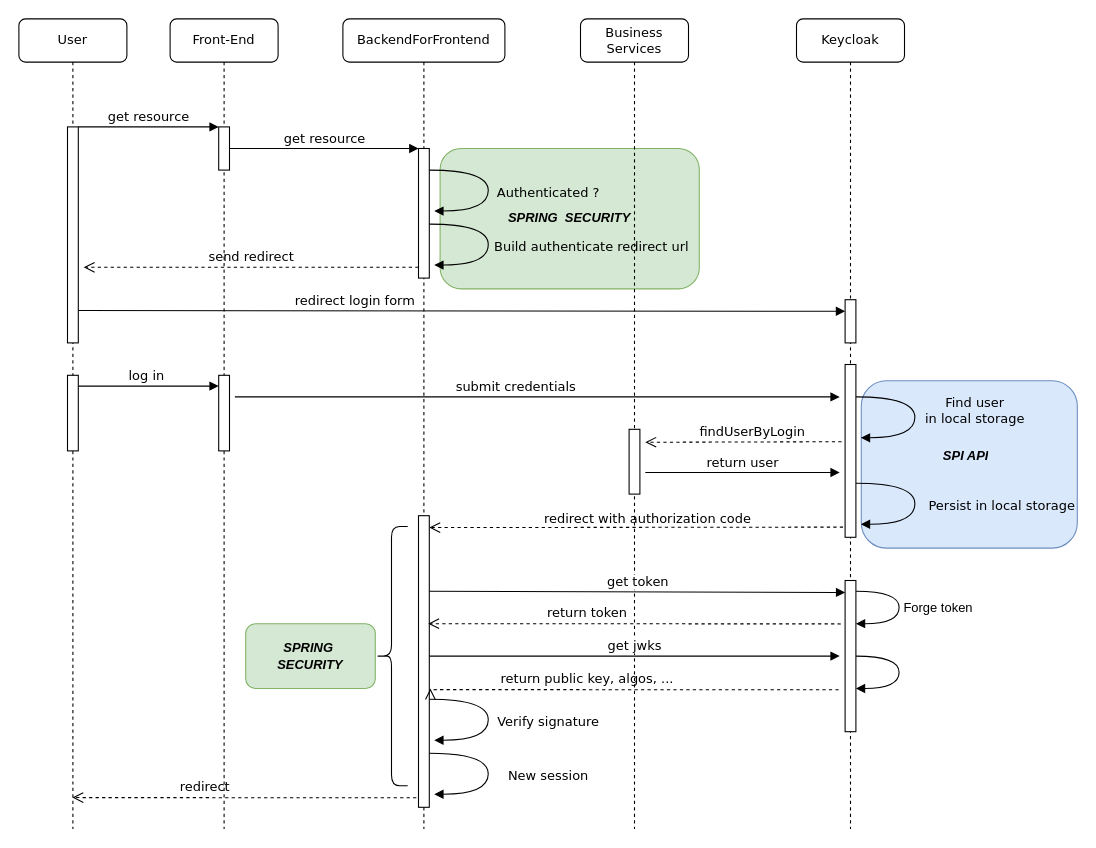
Earlier version of the draw.io diagram docs/drawio/UserAuth.drawio (jgautier75/orm-usm). Source tidied: cells renumbered, new cells numbered last; positions are measured from the earlier drawing's top-left corner, leaving out a move shared by most shapes. Both pictures are drawn from the tidied source at 108%, with x=0, y=0 at pixel (18, 18).
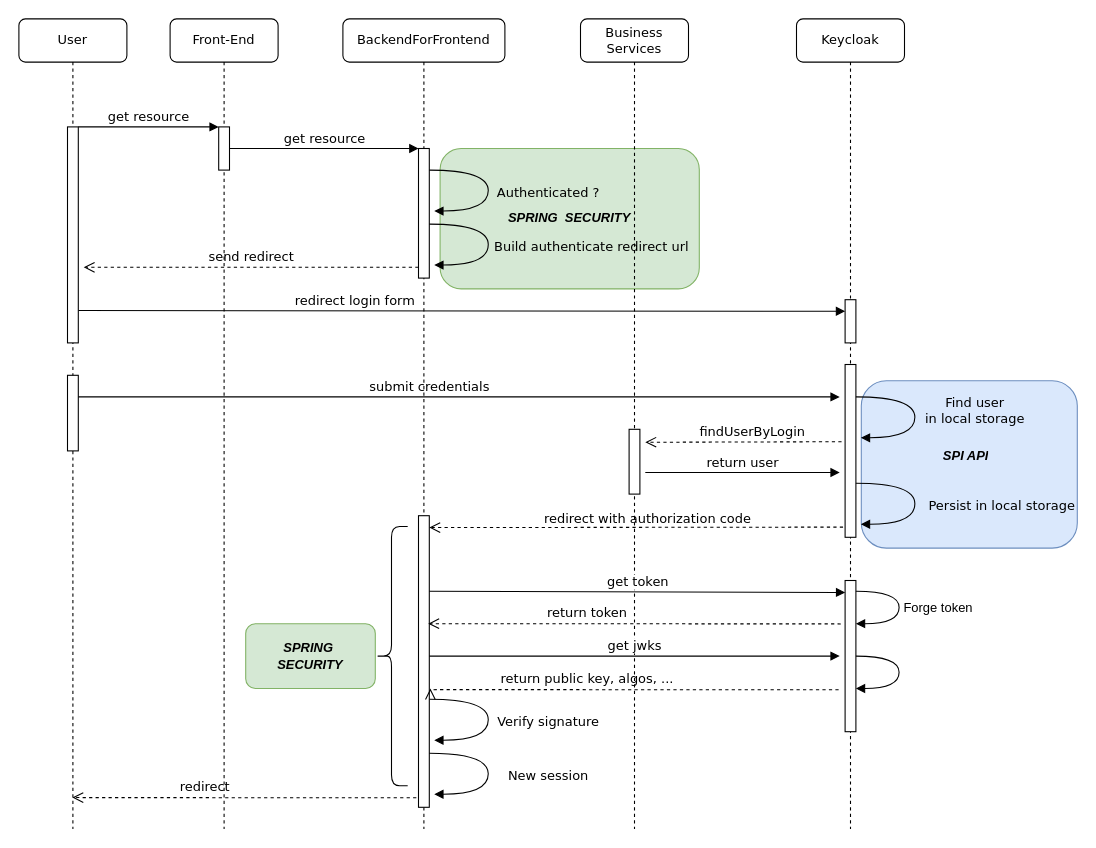
The same page after the edit.

Commit message (it also covers changes not shown here):
Update user auth

Unchanged cells that the change refers to:
```xml
<mxCell id="4" value="Front-End" style="shape=umlLifeline;perimeter=lifelinePerimeter;whiteSpace=wrap;html=1;rounded=1;shadow=0;comic=0;labelBackgroundColor=none;strokeWidth=1;fontFamily=Verdana;fontSize=12;align=center;" parent="1" vertex="1">
  <mxGeometry x="140" width="100" height="750" as="geometry" />
</mxCell>
<mxCell id="9" value="BackendForFrontend" style="shape=umlLifeline;perimeter=lifelinePerimeter;whiteSpace=wrap;html=1;rounded=1;shadow=0;comic=0;labelBackgroundColor=none;strokeWidth=1;fontFamily=Verdana;fontSize=12;align=center;" parent="1" vertex="1">
  <mxGeometry x="300" width="150" height="750" as="geometry" />
</mxCell>
<mxCell id="28" value="User" style="shape=umlLifeline;perimeter=lifelinePerimeter;whiteSpace=wrap;html=1;outlineConnect=0;rounded=1;shadow=0;comic=0;labelBackgroundColor=none;strokeWidth=1;fontFamily=Verdana;fontSize=12;align=center;" parent="1" vertex="1">
  <mxGeometry width="100" height="750" as="geometry" />
</mxCell>
```

Diff of the diagram source:
```diff
@@
-    <mxCell id="6" style="html=1;perimeter=orthogonalPerimeter;rounded=0;shadow=0;comic=0;labelBackgroundColor=none;strokeWidth=1;fontFamily=Verdana;fontSize=12;align=center;" parent="4" vertex="1">
-      <mxGeometry x="45" y="330" width="10" height="70" as="geometry" />
-    </mxCell>
-    <mxCell id="7" value="log in" style="html=1;verticalAlign=bottom;endArrow=block;entryX=0;entryY=0;labelBackgroundColor=none;fontFamily=Verdana;fontSize=12;edgeStyle=elbowEdgeStyle;elbow=vertical;" parent="4" edge="1">
-      <mxGeometry relative="1" as="geometry">
-        <mxPoint x="-90" y="340" as="sourcePoint" />
-        <mxPoint x="45" y="340" as="targetPoint" />
-      </mxGeometry>
-    </mxCell>
@@
-    <mxCell id="15" value="submit credentials" style="html=1;verticalAlign=bottom;endArrow=block;labelBackgroundColor=none;fontFamily=Verdana;fontSize=12;edgeStyle=elbowEdgeStyle;elbow=vertical;" parent="9" edge="1">
+    <mxCell id="15" value="submit credentials" style="html=1;verticalAlign=bottom;endArrow=block;labelBackgroundColor=none;fontFamily=Verdana;fontSize=12;edgeStyle=elbowEdgeStyle;elbow=vertical;" parent="9" edge="1" source="28">
       <mxGeometry x="-0.07" relative="1" as="geometry">
-        <mxPoint x="-100" y="350" as="sourcePoint" />
         <mxPoint x="460" y="350" as="targetPoint" />
       </mxGeometry>
     </mxCell>
```
